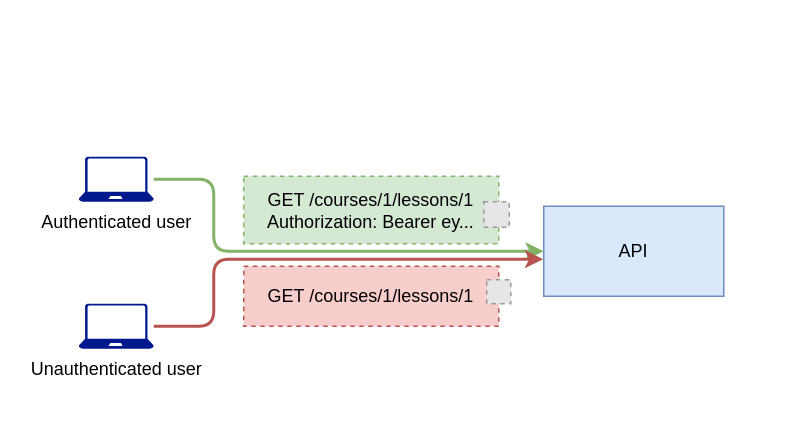
The draw.io diagram page "12.1" (1 of 4) of ch12.drawio in abunuwas/api-sec-book-imgs, before the edit. Source tidied: cells renumbered, new cells numbered last; positions are measured from the earlier drawing's top-left corner, leaving out a move shared by most shapes. Both pictures are drawn from the tidied source at 150%, with x=0, y=0 at pixel (78, 156). Pictures stored in the file or linked from it are replaced by grey dashed boxes.
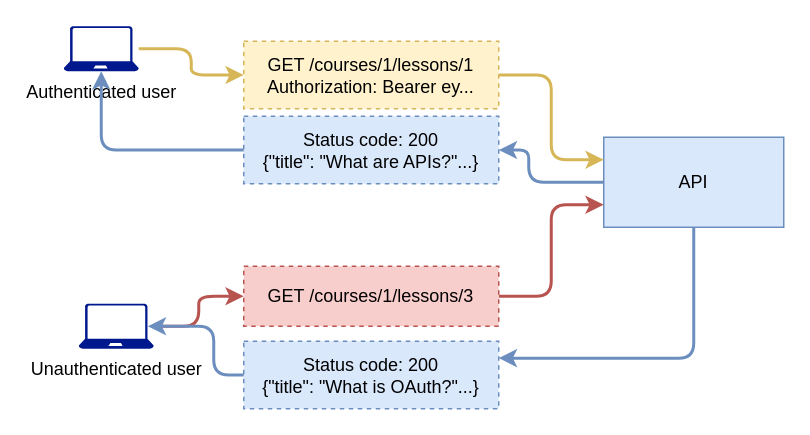
After the change.

The change refers to these unchanged cells:
```xml
<mxCell id="7" value="Unauthenticated user" style="sketch=0;shadow=0;dashed=0;html=1;strokeColor=none;labelPosition=center;verticalLabelPosition=bottom;verticalAlign=top;align=center;fillColor=#00188D;shape=mxgraph.azure.laptop;" parent="1" vertex="1">
  <mxGeometry y="98" width="50" height="30" as="geometry" />
</mxCell>
```

What changed in the source:
```diff
@@
+    <mxCell id="11" style="edgeStyle=orthogonalEdgeStyle;rounded=1;jettySize=auto;html=1;entryX=1;entryY=0.5;entryDx=0;entryDy=0;curved=0;fillColor=#dae8fc;strokeColor=#6c8ebf;strokeWidth=2;" parent="1" edge="1" source="2" target="17">
+      <mxGeometry relative="1" as="geometry">
+        <Array as="points">
+          <mxPoint x="300" y="17" />
+          <mxPoint x="300" y="-4" />
+        </Array>
+      </mxGeometry>
+    </mxCell>
+    <mxCell id="12" style="edgeStyle=orthogonalEdgeStyle;rounded=1;jettySize=auto;html=1;entryX=1;entryY=0.25;entryDx=0;entryDy=0;curved=0;fillColor=#dae8fc;strokeColor=#6c8ebf;strokeWidth=2;" parent="1" edge="1" source="2" target="18">
+      <mxGeometry relative="1" as="geometry">
+        <Array as="points">
+          <mxPoint x="410" y="134" />
+        </Array>
+      </mxGeometry>
+    </mxCell>
     <mxCell id="2" value="API" style="rounded=0;whiteSpace=wrap;html=1;fillColor=#dae8fc;strokeColor=#6c8ebf;" parent="1" vertex="1">
-      <mxGeometry x="310" y="33" width="120" height="60" as="geometry" />
+      <mxGeometry x="350" y="-13" width="120" height="60" as="geometry" />
     </mxCell>
-    <mxCell id="3" style="edgeStyle=orthogonalEdgeStyle;rounded=1;jettySize=auto;html=1;fillColor=#d5e8d4;strokeColor=#82b366;strokeWidth=2;curved=0;" parent="1" edge="1" source="4" target="2">
-      <mxGeometry relative="1" as="geometry">
-        <Array as="points">
-          <mxPoint x="90" y="15" />
-          <mxPoint x="90" y="63" />
-        </Array>
-      </mxGeometry>
-    </mxCell>
+    <mxCell id="13" style="edgeStyle=orthogonalEdgeStyle;rounded=1;jettySize=auto;html=1;fillColor=#fff2cc;strokeColor=#d6b656;strokeWidth=2;curved=0;" parent="1" edge="1" source="4" target="5">
+      <mxGeometry relative="1" as="geometry" />
+    </mxCell>
     <mxCell id="4" value="Authenticated user" style="sketch=0;shadow=0;dashed=0;html=1;strokeColor=none;labelPosition=center;verticalLabelPosition=bottom;verticalAlign=top;align=center;fillColor=#00188D;shape=mxgraph.azure.laptop;" parent="1" vertex="1">
-      <mxGeometry width="50" height="30" as="geometry" />
+      <mxGeometry x="-10" y="-87" width="50" height="30" as="geometry" />
     </mxCell>
+    <mxCell id="14" style="edgeStyle=orthogonalEdgeStyle;rounded=1;jettySize=auto;html=1;entryX=0;entryY=0.25;entryDx=0;entryDy=0;fillColor=#fff2cc;strokeColor=#d6b656;strokeWidth=2;curved=0;" parent="1" edge="1" source="5" target="2">
+      <mxGeometry relative="1" as="geometry" />
+    </mxCell>
-    <mxCell id="5" value="GET /courses/1/lessons/1&lt;div&gt;Authorization: Bearer ey...&lt;/div&gt;" style="text;html=1;align=center;verticalAlign=middle;whiteSpace=wrap;rounded=0;strokeColor=#82b366;dashed=1;fillColor=#d5e8d4;" parent="1" vertex="1">
-      <mxGeometry x="110" y="13" width="170" height="45" as="geometry" />
+    <mxCell id="5" value="GET /courses/1/lessons/1&lt;div&gt;Authorization: Bearer ey...&lt;/div&gt;" style="text;html=1;align=center;verticalAlign=middle;whiteSpace=wrap;rounded=0;strokeColor=#d6b656;dashed=1;fillColor=#fff2cc;" parent="1" vertex="1">
+      <mxGeometry x="110" y="-77" width="170" height="45" as="geometry" />
     </mxCell>
-    <mxCell id="6" style="fillColor=#E6E6E6;strokeColor=#999999;dashed=1;html=1;verticalAlign=top;verticalLabelPosition=bottom;labelBackgroundColor=#ffffff;" parent="1" vertex="1">
-      <mxGeometry x="270" y="30" width="17" height="17" as="geometry" />
-    </mxCell>
+    <mxCell id="15" style="edgeStyle=orthogonalEdgeStyle;rounded=1;jettySize=auto;html=1;entryX=0;entryY=0.5;entryDx=0;entryDy=0;fillColor=#f8cecc;strokeColor=#b85450;curved=0;strokeWidth=2;" parent="1" edge="1" source="7" target="8">
+      <mxGeometry relative="1" as="geometry" />
+    </mxCell>
@@
+    <mxCell id="16" style="edgeStyle=orthogonalEdgeStyle;rounded=1;jettySize=auto;html=1;entryX=0;entryY=0.75;entryDx=0;entryDy=0;fillColor=#f8cecc;strokeColor=#b85450;curved=0;strokeWidth=2;" parent="1" edge="1" source="8" target="2">
+      <mxGeometry relative="1" as="geometry" />
+    </mxCell>
-    <mxCell id="8" value="GET /courses/1/lessons/1" style="text;html=1;align=center;verticalAlign=middle;whiteSpace=wrap;rounded=0;strokeColor=#b85450;dashed=1;fillColor=#f8cecc;" parent="1" vertex="1">
+    <mxCell id="8" value="GET /courses/1/lessons/3" style="text;html=1;align=center;verticalAlign=middle;whiteSpace=wrap;rounded=0;strokeColor=#b85450;dashed=1;fillColor=#f8cecc;" parent="1" vertex="1">
       <mxGeometry x="110" y="73" width="170" height="40" as="geometry" />
     </mxCell>
-    <mxCell id="9" style="fillColor=#E6E6E6;strokeColor=#999999;dashed=1;html=1;verticalAlign=top;verticalLabelPosition=bottom;labelBackgroundColor=#ffffff;" parent="1" vertex="1">
-      <mxGeometry x="272" y="82" width="16" height="16" as="geometry" />
-    </mxCell>
-    <mxCell id="10" style="edgeStyle=orthogonalEdgeStyle;rounded=1;jettySize=auto;html=1;entryX=-0.003;entryY=0.589;entryDx=0;entryDy=0;entryPerimeter=0;fillColor=#f8cecc;strokeColor=#b85450;strokeWidth=2;curved=0;" parent="1" edge="1" source="7" target="2">
-      <mxGeometry relative="1" as="geometry">
-        <Array as="points">
-          <mxPoint x="90" y="113" />
-          <mxPoint x="90" y="68" />
-        </Array>
-      </mxGeometry>
-    </mxCell>
+    <mxCell id="17" value="Status code: 200&lt;div&gt;{&quot;title&quot;: &quot;What are APIs?&quot;...}&lt;/div&gt;" style="text;html=1;align=center;verticalAlign=middle;whiteSpace=wrap;rounded=0;strokeColor=#6c8ebf;dashed=1;fillColor=#dae8fc;" parent="1" vertex="1">
+      <mxGeometry x="110" y="-27" width="170" height="45" as="geometry" />
+    </mxCell>
+    <mxCell id="18" value="Status code: 200&lt;div&gt;{&quot;title&quot;: &quot;What is OAuth?&quot;...}&lt;/div&gt;" style="text;html=1;align=center;verticalAlign=middle;whiteSpace=wrap;rounded=0;strokeColor=#6c8ebf;dashed=1;fillColor=#dae8fc;" parent="1" vertex="1">
+      <mxGeometry x="110" y="123" width="170" height="45" as="geometry" />
+    </mxCell>
+    <mxCell id="19" style="edgeStyle=orthogonalEdgeStyle;rounded=1;jettySize=auto;html=1;entryX=0.5;entryY=1;entryDx=0;entryDy=0;entryPerimeter=0;curved=0;fillColor=#dae8fc;strokeColor=#6c8ebf;strokeWidth=2;" parent="1" edge="1" source="17" target="4">
+      <mxGeometry relative="1" as="geometry" />
+    </mxCell>
+    <mxCell id="20" style="edgeStyle=orthogonalEdgeStyle;rounded=1;jettySize=auto;html=1;entryX=0.92;entryY=0.5;entryDx=0;entryDy=0;entryPerimeter=0;curved=0;fillColor=#dae8fc;strokeColor=#6c8ebf;strokeWidth=2;" parent="1" edge="1" source="18" target="7">
+      <mxGeometry relative="1" as="geometry">
+        <Array as="points">
+          <mxPoint x="90" y="146" />
+          <mxPoint x="90" y="113" />
+        </Array>
+      </mxGeometry>
+    </mxCell>
```
